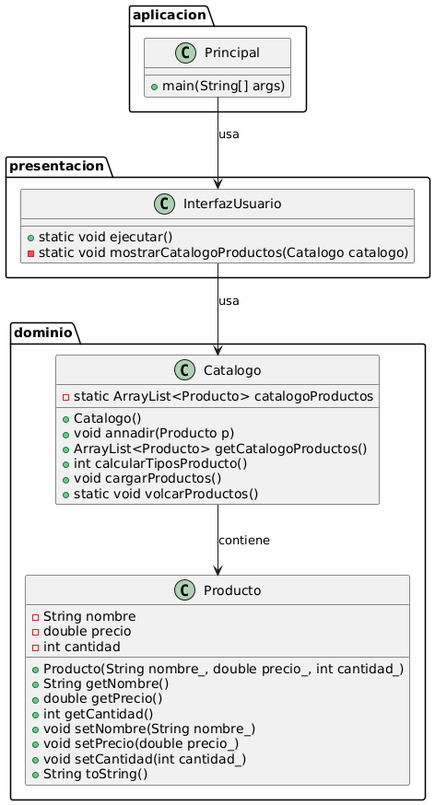
Above: UML.png in JoRgEe80/catalogoproductos (PlantUML), before the change.
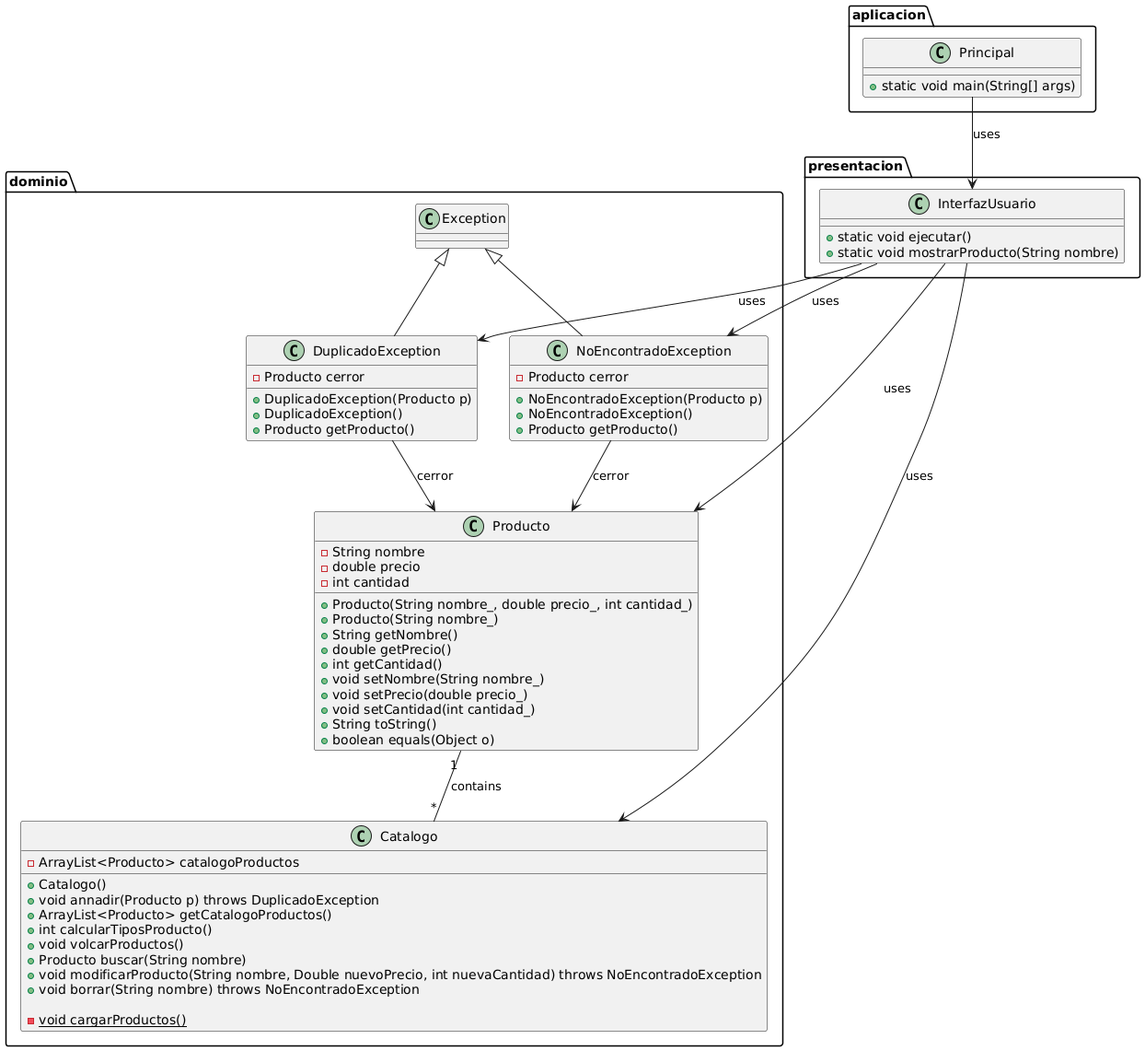
The same file after the commit.

Change to the diagram source:
```diff
@@ -6,6 +6,7 @@
         - int cantidad
 
         + Producto(String nombre_, double precio_, int cantidad_)
+        + Producto(String nombre_)
         + String getNombre()
         + double getPrecio()
         + int getCantidad()
@@ -13,34 +14,60 @@
         + void setPrecio(double precio_)
         + void setCantidad(int cantidad_)
         + String toString()
+        + boolean equals(Object o)
     }
 
     class Catalogo {
-        - static ArrayList<Producto> catalogoProductos
+        - ArrayList<Producto> catalogoProductos
 
         + Catalogo()
-        + void annadir(Producto p)
+        + void annadir(Producto p) throws DuplicadoException
         + ArrayList<Producto> getCatalogoProductos()
         + int calcularTiposProducto()
-        + void cargarProductos()
-        + static void volcarProductos()
+        + void volcarProductos()
+        + Producto buscar(String nombre)
+        + void modificarProducto(String nombre, Double nuevoPrecio, int nuevaCantidad) throws NoEncontradoException
+        + void borrar(String nombre) throws NoEncontradoException
+
+        {static} - void cargarProductos()
+    }
+
+    class DuplicadoException extends Exception {
+        - Producto cerror
+
+        + DuplicadoException(Producto p)
+        + DuplicadoException()
+        + Producto getProducto()
+    }
+
+    class NoEncontradoException extends Exception {
+        - Producto cerror
+
+        + NoEncontradoException(Producto p)
+        + NoEncontradoException()
+        + Producto getProducto()
     }
 }
 
 package presentacion {
     class InterfazUsuario {
         + static void ejecutar()
-        - static void mostrarCatalogoProductos(Catalogo catalogo)
+        + static void mostrarProducto(String nombre)
     }
 }
 
 package aplicacion {
     class Principal {
-        + main(String[] args)
+        + static void main(String[] args)
     }
 }
 
-Catalogo --> Producto : contiene
-InterfazUsuario --> Catalogo : usa
-Principal --> InterfazUsuario : usa
+Producto "1" -- "*" Catalogo : contains
+NoEncontradoException --> Producto : cerror
+DuplicadoException --> Producto : cerror
+InterfazUsuario --> Catalogo : uses
+InterfazUsuario --> Producto : uses
+InterfazUsuario --> DuplicadoException : uses
+InterfazUsuario --> NoEncontradoException : uses
+Principal --> InterfazUsuario : uses
 @enduml
```
